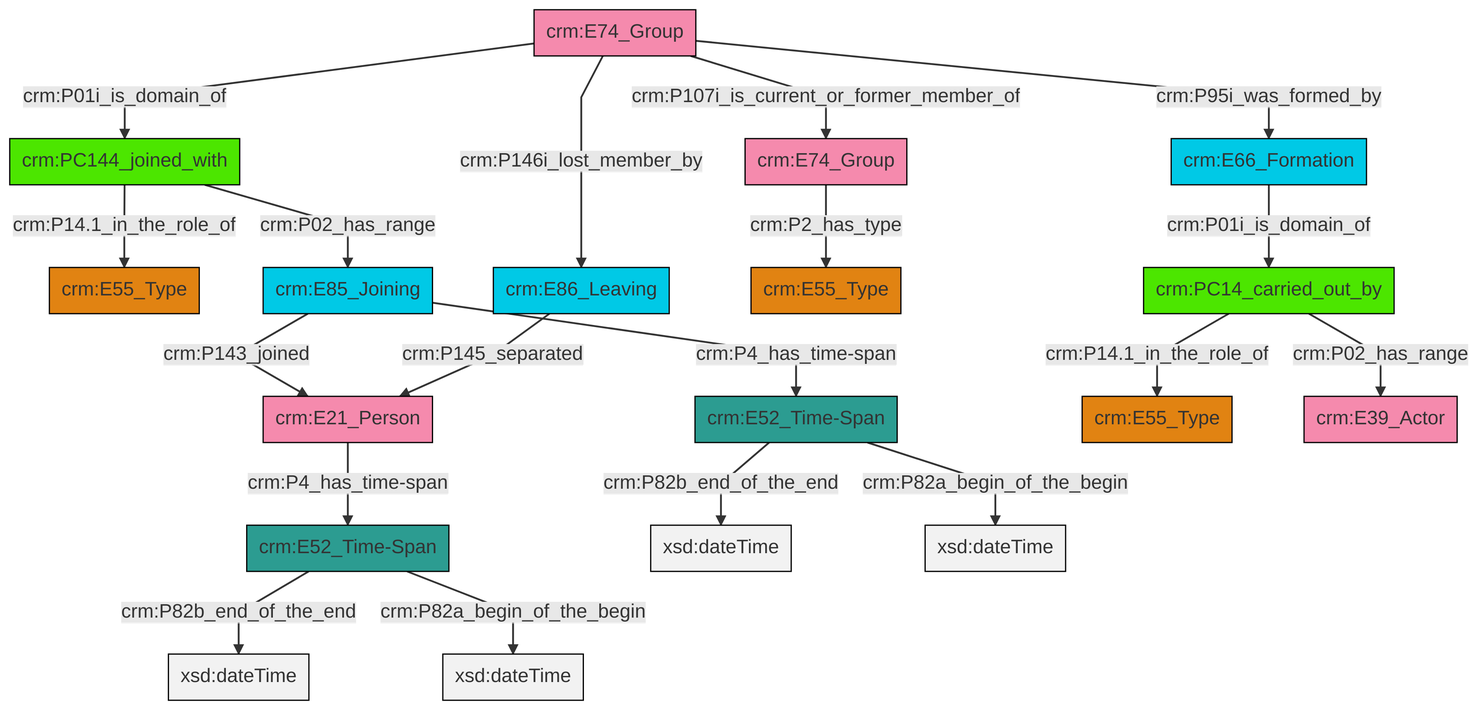
swiss-art-research-net/reference-data-models keeps this Mermaid diagram as et/groupCSV/ttl/mmd/png/group_actor_relations.png. Above is the earlier version. Its source is kept beside it as et/groupCSV/ttl/mmd/group_actor_relations.ttl.mmd.
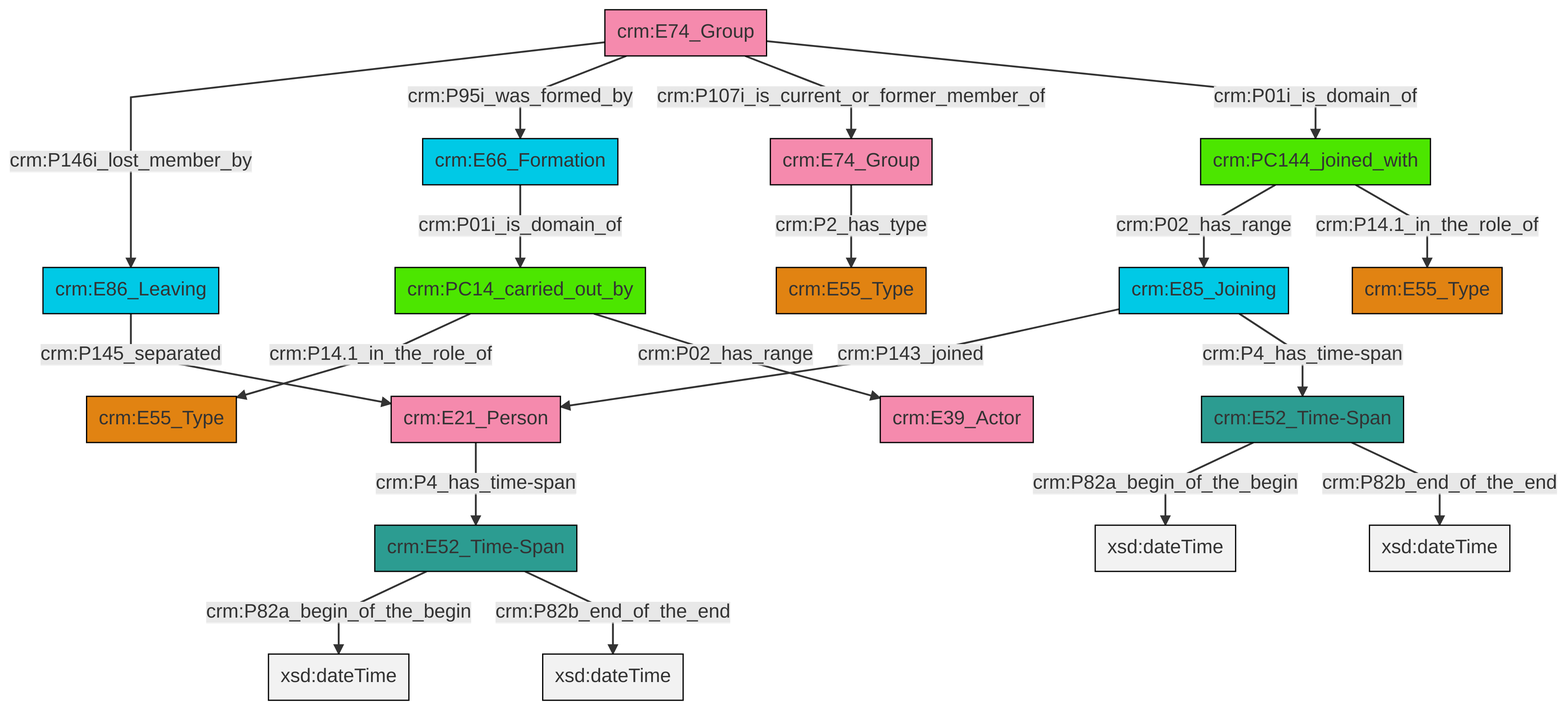
The same file after the commit.

Change to the diagram source:
```diff
@@ -13,21 +13,21 @@
 classDef PC_Classes fill:#4ce600, stroke:#000000;
 classDef Multi fill:#cccccc,stroke:#000000;
 
-4["crm:E52_Time-Span"]:::Time-Span -->|crm:P82b_end_of_the_end| 5[xsd:dateTime]:::Literal
-6["crm:E85_Joining"]:::Temporal_Entity -->|crm:P4_has_time-span| 7["crm:E52_Time-Span"]:::Time-Span
-8["crm:E74_Group"]:::Actor -->|crm:P01i_is_domain_of| 9["crm:PC144_joined_with"]:::PC_Classes
-10["crm:E66_Formation"]:::Temporal_Entity -->|crm:P01i_is_domain_of| 2["crm:PC14_carried_out_by"]:::PC_Classes
-9["crm:PC144_joined_with"]:::PC_Classes -->|crm:P02_has_range| 6["crm:E85_Joining"]:::Temporal_Entity
-13["crm:E21_Person"]:::Actor -->|crm:P4_has_time-span| 4["crm:E52_Time-Span"]:::Time-Span
-7["crm:E52_Time-Span"]:::Time-Span -->|crm:P82b_end_of_the_end| 16[xsd:dateTime]:::Literal
-6["crm:E85_Joining"]:::Temporal_Entity -->|crm:P143_joined| 13["crm:E21_Person"]:::Actor
-9["crm:PC144_joined_with"]:::PC_Classes -->|crm:P14.1_in_the_role_of| 0["crm:E55_Type"]:::Type
-8["crm:E74_Group"]:::Actor -->|crm:P95i_was_formed_by| 10["crm:E66_Formation"]:::Temporal_Entity
-4["crm:E52_Time-Span"]:::Time-Span -->|crm:P82a_begin_of_the_begin| 21[xsd:dateTime]:::Literal
-7["crm:E52_Time-Span"]:::Time-Span -->|crm:P82a_begin_of_the_begin| 22[xsd:dateTime]:::Literal
-2["crm:PC14_carried_out_by"]:::PC_Classes -->|crm:P14.1_in_the_role_of| 18["crm:E55_Type"]:::Type
-2["crm:PC14_carried_out_by"]:::PC_Classes -->|crm:P02_has_range| 30["crm:E39_Actor"]:::Actor
-24["crm:E74_Group"]:::Actor -->|crm:P2_has_type| 11["crm:E55_Type"]:::Type
-14["crm:E86_Leaving"]:::Temporal_Entity -->|crm:P145_separated| 13["crm:E21_Person"]:::Actor
-8["crm:E74_Group"]:::Actor -->|crm:P146i_lost_member_by| 14["crm:E86_Leaving"]:::Temporal_Entity
-8["crm:E74_Group"]:::Actor -->|crm:P107i_is_current_or_former_member_of| 24["crm:E74_Group"]:::Actor
+0["crm:E52_Time-Span"]:::Time-Span -->|crm:P82a_begin_of_the_begin| 1[xsd:dateTime]:::Literal
+2["crm:E52_Time-Span"]:::Time-Span -->|crm:P82a_begin_of_the_begin| 3[xsd:dateTime]:::Literal
+6["crm:E74_Group"]:::Actor -->|crm:P146i_lost_member_by| 7["crm:E86_Leaving"]:::Temporal_Entity
+8["crm:E85_Joining"]:::Temporal_Entity -->|crm:P143_joined| 9["crm:E21_Person"]:::Actor
+9["crm:E21_Person"]:::Actor -->|crm:P4_has_time-span| 2["crm:E52_Time-Span"]:::Time-Span
+0["crm:E52_Time-Span"]:::Time-Span -->|crm:P82b_end_of_the_end| 10[xsd:dateTime]:::Literal
+2["crm:E52_Time-Span"]:::Time-Span -->|crm:P82b_end_of_the_end| 17[xsd:dateTime]:::Literal
+6["crm:E74_Group"]:::Actor -->|crm:P95i_was_formed_by| 18["crm:E66_Formation"]:::Temporal_Entity
+21["crm:PC14_carried_out_by"]:::PC_Classes -->|crm:P14.1_in_the_role_of| 11["crm:E55_Type"]:::Type
+8["crm:E85_Joining"]:::Temporal_Entity -->|crm:P4_has_time-span| 0["crm:E52_Time-Span"]:::Time-Span
+18["crm:E66_Formation"]:::Temporal_Entity -->|crm:P01i_is_domain_of| 21["crm:PC14_carried_out_by"]:::PC_Classes
+23["crm:E74_Group"]:::Actor -->|crm:P2_has_type| 4["crm:E55_Type"]:::Type
+7["crm:E86_Leaving"]:::Temporal_Entity -->|crm:P145_separated| 9["crm:E21_Person"]:::Actor
+14["crm:PC144_joined_with"]:::PC_Classes -->|crm:P02_has_range| 8["crm:E85_Joining"]:::Temporal_Entity
+6["crm:E74_Group"]:::Actor -->|crm:P107i_is_current_or_former_member_of| 23["crm:E74_Group"]:::Actor
+14["crm:PC144_joined_with"]:::PC_Classes -->|crm:P14.1_in_the_role_of| 25["crm:E55_Type"]:::Type
+21["crm:PC14_carried_out_by"]:::PC_Classes -->|crm:P02_has_range| 30["crm:E39_Actor"]:::Actor
+6["crm:E74_Group"]:::Actor -->|crm:P01i_is_domain_of| 14["crm:PC144_joined_with"]:::PC_Classes
```
